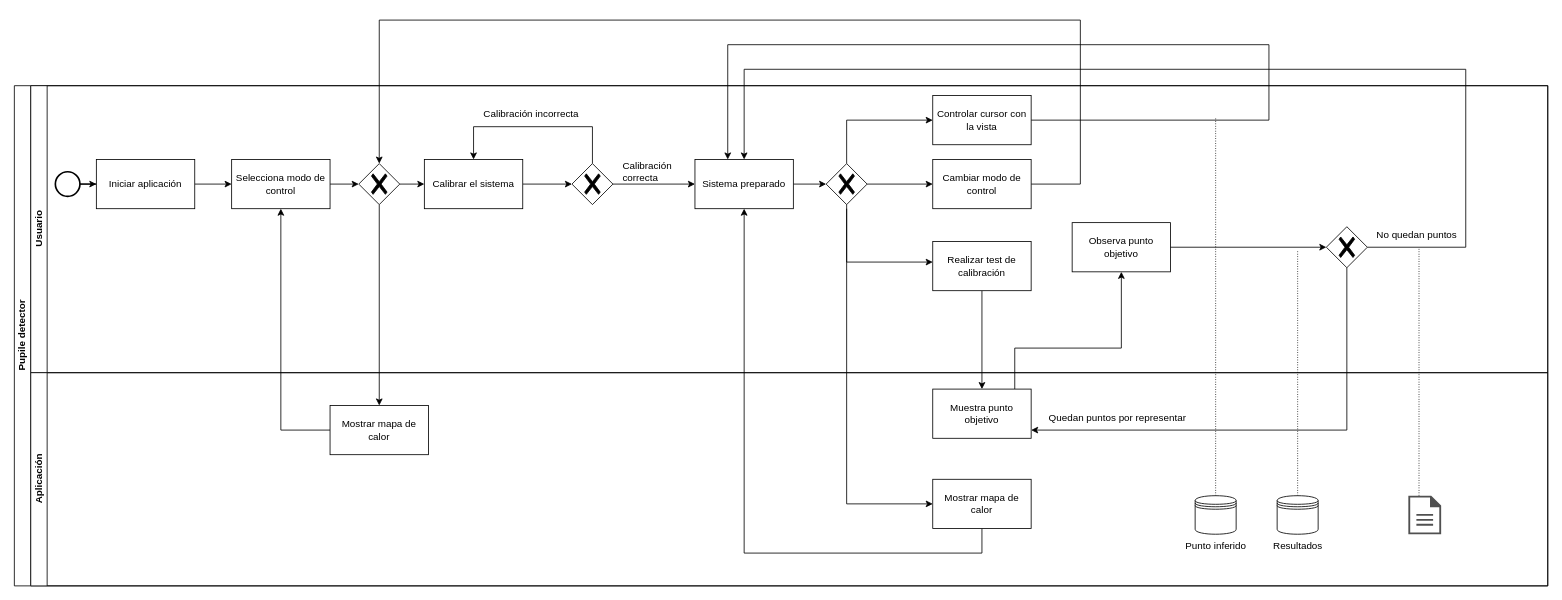
Earlier version of the draw.io diagram use_cases/BPMN_application.drawio (sergiosant02/TFG-pupil-detection). Source tidied: cells renumbered, new cells numbered last; positions are measured from the earlier drawing's top-left corner, leaving out a move shared by most shapes. Both pictures are drawn from the tidied source at 82%, with x=0, y=0 at pixel (14, 20).
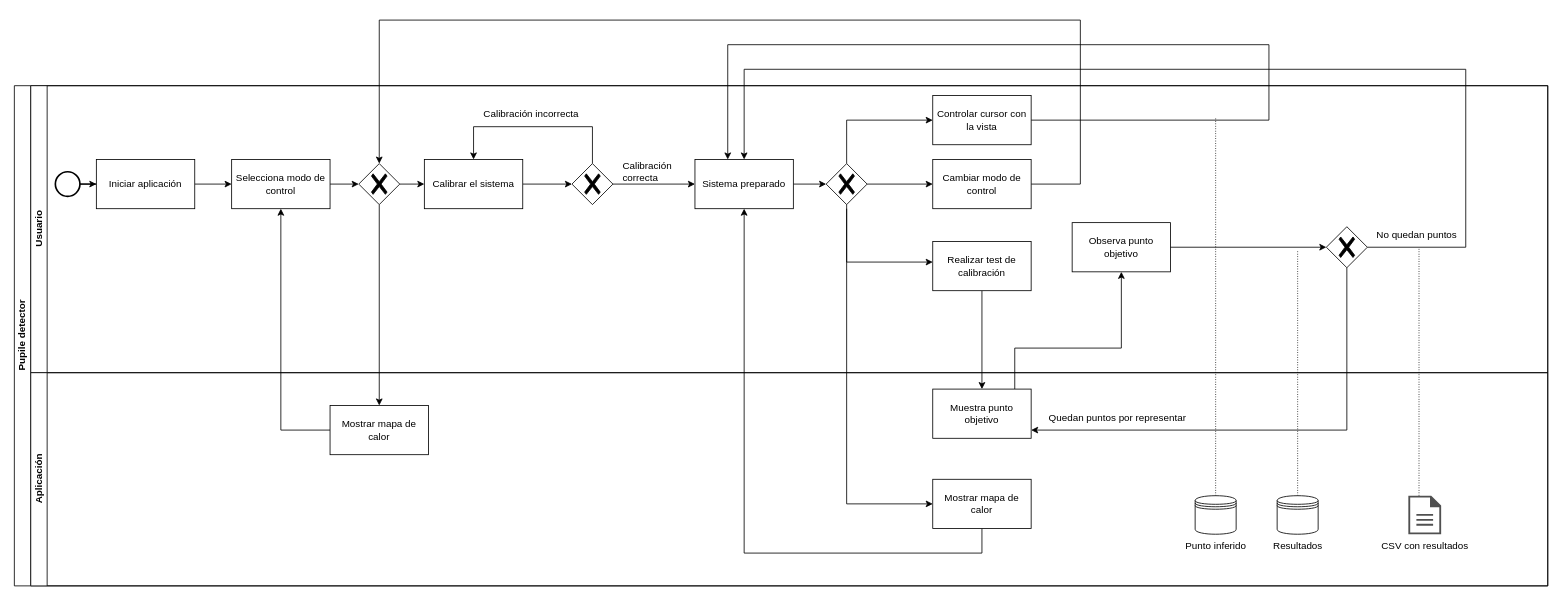
The same diagram, later.

The change refers to these unchanged cells:
```xml
<mxCell id="43" value="Aplicación" style="swimlane;startSize=20;horizontal=0;html=1;" parent="2" vertex="1">
  <mxGeometry x="20" y="350" width="1850" height="260" as="geometry" />
</mxCell>
```

Diff of the diagram source:
```diff
@@
+    <mxCell id="55" value="CSV con resultados" style="text;html=1;align=center;verticalAlign=middle;strokeColor=none;fillColor=none;" parent="43" vertex="1">
+      <mxGeometry x="1635" y="197" width="130" height="30" as="geometry" />
+    </mxCell>
```
